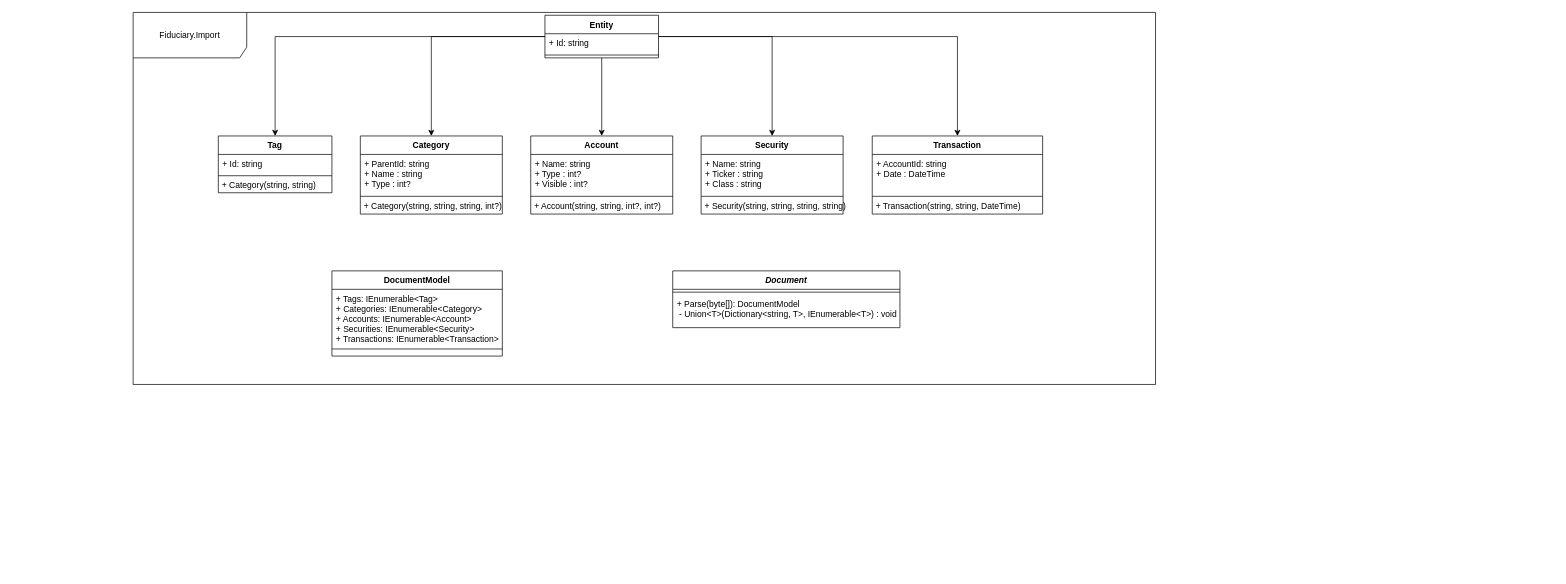
Above: Untitled Diagram.drawio in KovalevichArtjom/rovensys (draw.io), before the change. Source tidied: cells renumbered, new cells numbered last; positions are measured from the earlier drawing's top-left corner, leaving out a move shared by most shapes. Both pictures are drawn from the tidied source at 71%, with x=0, y=0 at pixel (133, 12).
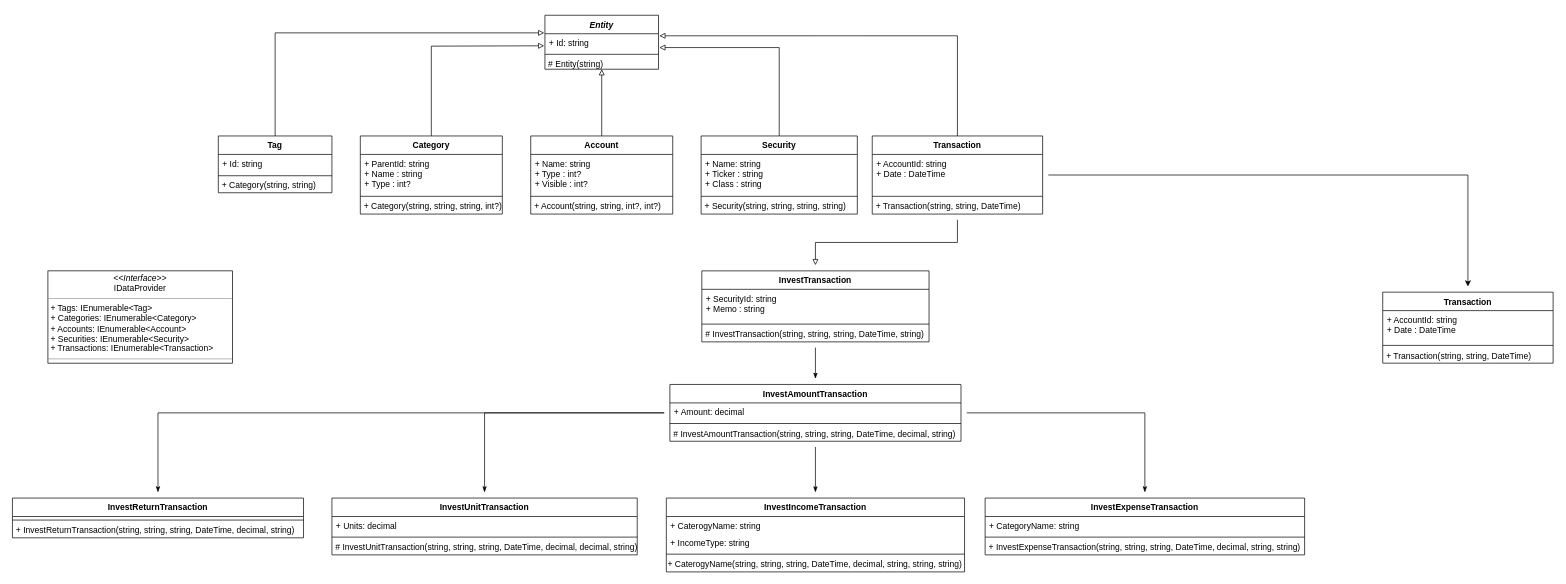
The same page after the edit.

The change refers to these unchanged cells:
```xml
<mxCell id="10" value="Tag" style="swimlane;fontStyle=1;align=center;verticalAlign=top;horizontal=1;startSize=26;" parent="1" vertex="1">
  <mxGeometry x="120" y="174" width="160" height="80" as="geometry" />
</mxCell>
<mxCell id="14" value="Category" style="swimlane;fontStyle=1;align=center;verticalAlign=top;horizontal=1;startSize=26;" parent="1" vertex="1">
  <mxGeometry x="320" y="174" width="200" height="110" as="geometry" />
</mxCell>
<mxCell id="18" value="Account" style="swimlane;fontStyle=1;align=center;verticalAlign=top;horizontal=1;startSize=26;" parent="1" vertex="1">
  <mxGeometry x="560" y="174" width="200" height="110" as="geometry" />
</mxCell>
<mxCell id="26" value="Transaction" style="swimlane;fontStyle=1;align=center;verticalAlign=top;horizontal=1;startSize=26;" parent="1" vertex="1">
  <mxGeometry x="1041" y="174" width="240" height="110" as="geometry" />
</mxCell>
```

The edit, as a diff of the source:
```diff
@@
-    <mxCell id="2" style="edgeStyle=orthogonalEdgeStyle;rounded=0;jettySize=auto;html=1;" parent="1" edge="1" source="7" target="10">
+    <mxCell id="2" style="edgeStyle=orthogonalEdgeStyle;rounded=0;jettySize=auto;html=1;endArrow=none;endFill=0;startArrow=block;startFill=0;exitX=-0.006;exitY=-0.05;exitDx=0;exitDy=0;exitPerimeter=0;" parent="1" edge="1" source="8" target="10">
       <mxGeometry relative="1" as="geometry" />
     </mxCell>
-    <mxCell id="3" style="edgeStyle=orthogonalEdgeStyle;rounded=0;jettySize=auto;html=1;" parent="1" edge="1" source="7" target="14">
-      <mxGeometry relative="1" as="geometry" />
+    <mxCell id="3" style="edgeStyle=orthogonalEdgeStyle;rounded=0;jettySize=auto;html=1;endArrow=none;endFill=0;startArrow=block;startFill=0;" parent="1" edge="1" target="14">
+      <mxGeometry relative="1" as="geometry">
+        <mxPoint x="579" y="47" as="sourcePoint" />
+      </mxGeometry>
     </mxCell>
-    <mxCell id="4" style="edgeStyle=orthogonalEdgeStyle;rounded=0;jettySize=auto;html=1;entryX=0.5;entryY=0;entryDx=0;entryDy=0;" parent="1" edge="1" source="7" target="18">
+    <mxCell id="4" style="edgeStyle=orthogonalEdgeStyle;rounded=0;jettySize=auto;html=1;entryX=0.5;entryY=0;entryDx=0;entryDy=0;endArrow=none;endFill=0;startArrow=block;startFill=0;" parent="1" edge="1" source="7" target="18">
       <mxGeometry relative="1" as="geometry" />
     </mxCell>
-    <mxCell id="5" style="edgeStyle=orthogonalEdgeStyle;rounded=0;jettySize=auto;html=1;entryX=0.5;entryY=0;entryDx=0;entryDy=0;" parent="1" edge="1" source="7" target="22">
+    <mxCell id="5" style="edgeStyle=orthogonalEdgeStyle;rounded=0;jettySize=auto;html=1;entryX=0.5;entryY=0;entryDx=0;entryDy=0;exitX=1.007;exitY=0.812;exitDx=0;exitDy=0;exitPerimeter=0;endArrow=none;endFill=0;startArrow=block;startFill=0;" parent="1" edge="1" source="8" target="22">
       <mxGeometry relative="1" as="geometry" />
     </mxCell>
-    <mxCell id="6" style="edgeStyle=orthogonalEdgeStyle;rounded=0;jettySize=auto;html=1;entryX=0.5;entryY=0;entryDx=0;entryDy=0;" parent="1" edge="1" source="7" target="26">
+    <mxCell id="6" style="edgeStyle=orthogonalEdgeStyle;rounded=0;jettySize=auto;html=1;entryX=0.5;entryY=0;entryDx=0;entryDy=0;exitX=1.007;exitY=0.122;exitDx=0;exitDy=0;exitPerimeter=0;endArrow=none;endFill=0;startArrow=block;startFill=0;" parent="1" edge="1" source="8" target="26">
       <mxGeometry relative="1" as="geometry" />
     </mxCell>
-    <mxCell id="7" value="Entity" style="swimlane;fontStyle=1;align=center;verticalAlign=top;horizontal=1;startSize=26;" parent="1" vertex="1">
-      <mxGeometry x="580" y="4" width="160" height="60" as="geometry" />
+    <mxCell id="7" value="Entity" style="swimlane;fontStyle=3;align=center;verticalAlign=top;horizontal=1;startSize=26;" parent="1" vertex="1">
+      <mxGeometry x="580" y="4" width="160" height="76" as="geometry" />
     </mxCell>
     <mxCell id="8" value="+ Id: string" style="text;strokeColor=none;fillColor=none;align=left;verticalAlign=top;spacingLeft=4;spacingRight=4;overflow=hidden;points=[[0,0.5],[1,0.5]];portConstraint=eastwest;" parent="7" vertex="1">
-      <mxGeometry y="26" width="160" height="26" as="geometry" />
+      <mxGeometry y="26" width="160" height="24" as="geometry" />
     </mxCell>
     <mxCell id="9" style="line;strokeWidth=1;fillColor=none;align=left;verticalAlign=middle;spacingTop=-1;spacingLeft=3;spacingRight=3;labelPosition=right;" parent="7" vertex="1">
-      <mxGeometry y="52" width="160" height="8" as="geometry" />
+      <mxGeometry y="50" width="160" height="10" as="geometry" />
     </mxCell>
+    <mxCell id="37" value="# Entity(string)" style="text;align=left;fontStyle=0;verticalAlign=middle;spacingLeft=3;spacingRight=3;strokeColor=none;hachureGap=4;" parent="7" vertex="1">
+      <mxGeometry y="60" width="160" height="16" as="geometry" />
+    </mxCell>
@@
     <mxCell id="22" value="Security" style="swimlane;fontStyle=1;align=center;verticalAlign=top;horizontal=1;startSize=26;" parent="1" vertex="1">
-      <mxGeometry x="800" y="174" width="200" height="110" as="geometry" />
+      <mxGeometry x="800" y="174" width="220" height="110" as="geometry" />
     </mxCell>
     <mxCell id="23" value="+ Name: string&#10;+ Ticker : string&#10;+ Class : string" style="text;strokeColor=none;fillColor=none;align=left;verticalAlign=top;spacingLeft=4;spacingRight=4;overflow=hidden;" parent="22" vertex="1">
-      <mxGeometry y="26" width="200" height="54" as="geometry" />
+      <mxGeometry y="26" width="220" height="54" as="geometry" />
     </mxCell>
     <mxCell id="24" style="line;strokeWidth=1;fillColor=none;align=left;verticalAlign=middle;spacingTop=-1;spacingLeft=3;spacingRight=3;labelPosition=right;" parent="22" vertex="1">
-      <mxGeometry y="80" width="200" height="10" as="geometry" />
+      <mxGeometry y="80" width="220" height="10" as="geometry" />
     </mxCell>
     <mxCell id="25" value="&lt;div align=&quot;left&quot;&gt;&amp;nbsp;+ Security(string, string, string, string)&lt;/div&gt;" style="text;html=1;align=left;verticalAlign=middle;strokeColor=none;fillColor=none;" parent="22" vertex="1">
-      <mxGeometry y="90" width="200" height="20" as="geometry" />
+      <mxGeometry y="90" width="220" height="20" as="geometry" />
     </mxCell>
+    <mxCell id="38" style="edgeStyle=orthogonalEdgeStyle;jettySize=auto;html=1;endArrow=block;sourcePerimeterSpacing=8;targetPerimeterSpacing=8;endFill=0;rounded=0;" parent="1" edge="1" source="26" target="42">
+      <mxGeometry relative="1" as="geometry" />
+    </mxCell>
+    <mxCell id="39" style="edgeStyle=orthogonalEdgeStyle;jettySize=auto;html=1;endArrow=classic;sourcePerimeterSpacing=8;targetPerimeterSpacing=8;endFill=1;strokeWidth=1;rounded=0;" parent="1" edge="1" source="26" target="46">
+      <mxGeometry relative="1" as="geometry" />
+    </mxCell>
@@
-    <mxCell id="30" value="&lt;div&gt;Fiduciary.Import&lt;/div&gt;" style="shape=umlFrame;whiteSpace=wrap;html=1;width=160;height=64;" parent="1" vertex="1">
-      <mxGeometry width="1440" height="524" as="geometry" />
-    </mxCell>
-    <mxCell id="31" value="DocumentModel" style="swimlane;fontStyle=1;align=center;verticalAlign=top;horizontal=1;startSize=26;" parent="1" vertex="1">
-      <mxGeometry x="280" y="364" width="240" height="120" as="geometry" />
-    </mxCell>
-    <mxCell id="32" value="+ Tags: IEnumerable&lt;Tag&gt;&#10;+ Categories: IEnumerable&lt;Category&gt;&#10;+ Accounts: IEnumerable&lt;Account&gt;&#10;+ Securities: IEnumerable&lt;Security&gt;&#10;+ Transactions: IEnumerable&lt;Transaction&gt;" style="text;strokeColor=none;fillColor=none;align=left;verticalAlign=top;spacingLeft=4;spacingRight=4;overflow=hidden;" parent="31" vertex="1">
-      <mxGeometry y="26" width="240" height="74" as="geometry" />
-    </mxCell>
-    <mxCell id="33" style="line;strokeWidth=1;fillColor=none;align=left;verticalAlign=middle;spacingTop=-1;spacingLeft=3;spacingRight=3;labelPosition=right;" parent="31" vertex="1">
-      <mxGeometry y="100" width="240" height="20" as="geometry" />
-    </mxCell>
-    <mxCell id="34" value="Document" style="swimlane;fontStyle=3;align=center;verticalAlign=top;horizontal=1;startSize=26;" parent="1" vertex="1">
-      <mxGeometry x="760" y="364" width="320" height="80" as="geometry" />
-    </mxCell>
-    <mxCell id="35" style="line;strokeWidth=1;fillColor=none;align=left;verticalAlign=middle;spacingTop=-1;spacingLeft=3;spacingRight=3;labelPosition=right;" parent="34" vertex="1">
-      <mxGeometry y="26" width="320" height="8" as="geometry" />
-    </mxCell>
-    <mxCell id="36" value="+ Parse(byte[]): DocumentModel&#10; - Union&lt;T&gt;(Dictionary&lt;string, T&gt;, IEnumerable&lt;T&gt;) : void" style="text;strokeColor=none;fillColor=none;align=left;verticalAlign=top;spacingLeft=4;spacingRight=4;overflow=hidden;" parent="34" vertex="1">
-      <mxGeometry y="34" width="320" height="46" as="geometry" />
-    </mxCell>
+    <mxCell id="40" value="&lt;p style=&quot;margin: 0px ; margin-top: 4px ; text-align: center&quot;&gt;&lt;i&gt;&amp;lt;&amp;lt;Interface&amp;gt;&amp;gt;&lt;/i&gt;&lt;br&gt;IDataProvider&lt;/p&gt;&lt;hr size=&quot;1&quot;&gt;&lt;p style=&quot;margin: 0px ; margin-left: 4px&quot;&gt;+ Tags: IEnumerable&amp;lt;Tag&amp;gt;&lt;br&gt;+ Categories: IEnumerable&amp;lt;Category&amp;gt;&lt;br&gt;+ Accounts: IEnumerable&amp;lt;Account&amp;gt;&lt;br&gt;+ Securities: IEnumerable&amp;lt;Security&amp;gt;&lt;br&gt;+ Transactions: IEnumerable&amp;lt;Transaction&amp;gt;&lt;/p&gt;&lt;hr size=&quot;1&quot;&gt;" style="verticalAlign=top;align=left;overflow=fill;fontSize=12;fontFamily=Helvetica;html=1;hachureGap=4;" parent="1" vertex="1">
+      <mxGeometry x="-120" y="364" width="260" height="130" as="geometry" />
+    </mxCell>
+    <mxCell id="41" style="edgeStyle=orthogonalEdgeStyle;rounded=0;jettySize=auto;html=1;endArrow=classicThin;endFill=1;sourcePerimeterSpacing=8;targetPerimeterSpacing=8;strokeWidth=1;" parent="1" edge="1" source="42" target="54">
+      <mxGeometry relative="1" as="geometry" />
+    </mxCell>
+    <mxCell id="42" value="InvestTransaction" style="swimlane;fontStyle=1;align=center;verticalAlign=top;horizontal=1;startSize=26;" parent="1" vertex="1">
+      <mxGeometry x="801" y="364" width="320" height="100" as="geometry" />
+    </mxCell>
+    <mxCell id="43" value="+ SecurityId: string&#10;+ Memo : string" style="text;strokeColor=none;fillColor=none;align=left;verticalAlign=top;spacingLeft=4;spacingRight=4;overflow=hidden;" parent="42" vertex="1">
+      <mxGeometry y="26" width="320" height="44" as="geometry" />
+    </mxCell>
+    <mxCell id="44" style="line;strokeWidth=1;fillColor=none;align=left;verticalAlign=middle;spacingTop=-1;spacingLeft=3;spacingRight=3;labelPosition=right;" parent="42" vertex="1">
+      <mxGeometry y="70" width="320" height="10" as="geometry" />
+    </mxCell>
+    <mxCell id="45" value="&lt;div align=&quot;left&quot;&gt;&amp;nbsp;# InvestTransaction(string, string, string, DateTime, string)&lt;/div&gt;" style="text;html=1;align=left;verticalAlign=middle;strokeColor=none;fillColor=none;" parent="42" vertex="1">
+      <mxGeometry y="80" width="320" height="20" as="geometry" />
+    </mxCell>
+    <mxCell id="46" value="Transaction" style="swimlane;fontStyle=1;align=center;verticalAlign=top;horizontal=1;startSize=26;" parent="1" vertex="1">
+      <mxGeometry x="1760" y="394" width="240" height="100" as="geometry" />
+    </mxCell>
+    <mxCell id="47" value="+ AccountId: string&#10;+ Date : DateTime" style="text;strokeColor=none;fillColor=none;align=left;verticalAlign=top;spacingLeft=4;spacingRight=4;overflow=hidden;" parent="46" vertex="1">
+      <mxGeometry y="26" width="240" height="44" as="geometry" />
+    </mxCell>
+    <mxCell id="48" style="line;strokeWidth=1;fillColor=none;align=left;verticalAlign=middle;spacingTop=-1;spacingLeft=3;spacingRight=3;labelPosition=right;" parent="46" vertex="1">
+      <mxGeometry y="70" width="240" height="10" as="geometry" />
+    </mxCell>
+    <mxCell id="49" value="&lt;div align=&quot;left&quot;&gt;&amp;nbsp;+ Transaction(string, string, DateTime)&lt;/div&gt;" style="text;html=1;align=left;verticalAlign=middle;strokeColor=none;fillColor=none;" parent="46" vertex="1">
+      <mxGeometry y="80" width="240" height="20" as="geometry" />
+    </mxCell>
+    <mxCell id="50" style="edgeStyle=orthogonalEdgeStyle;rounded=0;jettySize=auto;html=1;endArrow=classicThin;endFill=1;sourcePerimeterSpacing=8;targetPerimeterSpacing=8;strokeWidth=1;" parent="1" edge="1" source="54" target="58">
+      <mxGeometry relative="1" as="geometry" />
+    </mxCell>
+    <mxCell id="51" style="edgeStyle=orthogonalEdgeStyle;rounded=0;jettySize=auto;html=1;endArrow=classicThin;endFill=1;sourcePerimeterSpacing=8;targetPerimeterSpacing=8;strokeWidth=1;" parent="1" edge="1" source="54" target="62">
+      <mxGeometry relative="1" as="geometry" />
+    </mxCell>
+    <mxCell id="52" style="edgeStyle=orthogonalEdgeStyle;rounded=0;jettySize=auto;html=1;endArrow=classicThin;endFill=1;sourcePerimeterSpacing=8;targetPerimeterSpacing=8;strokeWidth=1;" parent="1" edge="1" source="54" target="67">
+      <mxGeometry relative="1" as="geometry" />
+    </mxCell>
+    <mxCell id="53" style="edgeStyle=orthogonalEdgeStyle;rounded=0;jettySize=auto;html=1;endArrow=classicThin;endFill=1;sourcePerimeterSpacing=8;targetPerimeterSpacing=8;strokeWidth=1;" parent="1" edge="1" source="54" target="71">
+      <mxGeometry relative="1" as="geometry" />
+    </mxCell>
+    <mxCell id="54" value="InvestAmountTransaction" style="swimlane;fontStyle=1;align=center;verticalAlign=top;horizontal=1;startSize=26;" parent="1" vertex="1">
+      <mxGeometry x="756" y="524" width="410" height="80" as="geometry" />
+    </mxCell>
+    <mxCell id="55" value="+ Amount: decimal" style="text;strokeColor=none;fillColor=none;align=left;verticalAlign=top;spacingLeft=4;spacingRight=4;overflow=hidden;" parent="54" vertex="1">
+      <mxGeometry y="26" width="410" height="24" as="geometry" />
+    </mxCell>
+    <mxCell id="56" style="line;strokeWidth=1;fillColor=none;align=left;verticalAlign=middle;spacingTop=-1;spacingLeft=3;spacingRight=3;labelPosition=right;" parent="54" vertex="1">
+      <mxGeometry y="50" width="410" height="10" as="geometry" />
+    </mxCell>
+    <mxCell id="57" value="&lt;div align=&quot;left&quot;&gt;&amp;nbsp;# InvestAmountTransaction(string, string, string, DateTime, decimal, string)&lt;/div&gt;" style="text;html=1;align=left;verticalAlign=middle;strokeColor=none;fillColor=none;" parent="54" vertex="1">
+      <mxGeometry y="60" width="410" height="20" as="geometry" />
+    </mxCell>
+    <mxCell id="58" value="InvestUnitTransaction" style="swimlane;fontStyle=1;align=center;verticalAlign=top;horizontal=1;startSize=26;" parent="1" vertex="1">
+      <mxGeometry x="280" y="684" width="430" height="80" as="geometry" />
+    </mxCell>
+    <mxCell id="59" value="+ Units: decimal" style="text;strokeColor=none;fillColor=none;align=left;verticalAlign=top;spacingLeft=4;spacingRight=4;overflow=hidden;" parent="58" vertex="1">
+      <mxGeometry y="26" width="430" height="24" as="geometry" />
+    </mxCell>
+    <mxCell id="60" style="line;strokeWidth=1;fillColor=none;align=left;verticalAlign=middle;spacingTop=-1;spacingLeft=3;spacingRight=3;labelPosition=right;" parent="58" vertex="1">
+      <mxGeometry y="50" width="430" height="10" as="geometry" />
+    </mxCell>
+    <mxCell id="61" value="&lt;div align=&quot;left&quot;&gt;&amp;nbsp;# InvestUnitTransaction(string, string, string, DateTime, decimal, decimal, string)&lt;/div&gt;" style="text;html=1;align=left;verticalAlign=middle;strokeColor=none;fillColor=none;" parent="58" vertex="1">
+      <mxGeometry y="60" width="430" height="20" as="geometry" />
+    </mxCell>
+    <mxCell id="62" value="InvestIncomeTransaction" style="swimlane;fontStyle=1;align=center;verticalAlign=top;horizontal=1;startSize=26;" parent="1" vertex="1">
+      <mxGeometry x="751" y="684" width="420" height="104" as="geometry" />
+    </mxCell>
+    <mxCell id="63" value="+ CaterogyName: string" style="text;strokeColor=none;fillColor=none;align=left;verticalAlign=top;spacingLeft=4;spacingRight=4;overflow=hidden;" parent="62" vertex="1">
+      <mxGeometry y="26" width="420" height="24" as="geometry" />
+    </mxCell>
+    <mxCell id="64" value="+ IncomeType: string" style="text;strokeColor=none;fillColor=none;align=left;verticalAlign=top;spacingLeft=4;spacingRight=4;overflow=hidden;" parent="62" vertex="1">
+      <mxGeometry y="50" width="420" height="24" as="geometry" />
+    </mxCell>
+    <mxCell id="65" style="line;strokeWidth=1;fillColor=none;align=left;verticalAlign=middle;spacingTop=-1;spacingLeft=3;spacingRight=3;labelPosition=right;" parent="62" vertex="1">
+      <mxGeometry y="74" width="420" height="10" as="geometry" />
+    </mxCell>
+    <mxCell id="66" value="&lt;div align=&quot;left&quot;&gt;+ CaterogyName(string, string, string, DateTime, decimal, string, string, string)&lt;/div&gt;" style="text;html=1;align=left;verticalAlign=middle;strokeColor=none;fillColor=none;" parent="62" vertex="1">
+      <mxGeometry y="84" width="420" height="20" as="geometry" />
+    </mxCell>
+    <mxCell id="67" value="InvestExpenseTransaction" style="swimlane;fontStyle=1;align=center;verticalAlign=top;horizontal=1;startSize=26;" parent="1" vertex="1">
+      <mxGeometry x="1200" y="684" width="450" height="80" as="geometry" />
+    </mxCell>
+    <mxCell id="68" value="+ CategoryName: string" style="text;strokeColor=none;fillColor=none;align=left;verticalAlign=top;spacingLeft=4;spacingRight=4;overflow=hidden;" parent="67" vertex="1">
+      <mxGeometry y="26" width="450" height="24" as="geometry" />
+    </mxCell>
+    <mxCell id="69" style="line;strokeWidth=1;fillColor=none;align=left;verticalAlign=middle;spacingTop=-1;spacingLeft=3;spacingRight=3;labelPosition=right;" parent="67" vertex="1">
+      <mxGeometry y="50" width="450" height="10" as="geometry" />
+    </mxCell>
+    <mxCell id="70" value="&lt;div align=&quot;left&quot;&gt;&amp;nbsp;+ InvestExpenseTransaction(string, string, string, DateTime, decimal, string, string)&lt;/div&gt;" style="text;html=1;align=left;verticalAlign=middle;strokeColor=none;fillColor=none;" parent="67" vertex="1">
+      <mxGeometry y="60" width="450" height="20" as="geometry" />
+    </mxCell>
+    <mxCell id="71" value="InvestReturnTransaction" style="swimlane;fontStyle=1;align=center;verticalAlign=top;horizontal=1;startSize=26;" parent="1" vertex="1">
+      <mxGeometry x="-170" y="684" width="410" height="56" as="geometry" />
+    </mxCell>
+    <mxCell id="72" style="line;strokeWidth=1;fillColor=none;align=left;verticalAlign=middle;spacingTop=-1;spacingLeft=3;spacingRight=3;labelPosition=right;" parent="71" vertex="1">
+      <mxGeometry y="26" width="410" height="10" as="geometry" />
+    </mxCell>
+    <mxCell id="73" value="&lt;div align=&quot;left&quot;&gt;&amp;nbsp;+ InvestReturnTransaction(string, string, string, DateTime, decimal, string)&lt;/div&gt;" style="text;html=1;align=left;verticalAlign=middle;strokeColor=none;fillColor=none;" parent="71" vertex="1">
+      <mxGeometry y="36" width="410" height="20" as="geometry" />
+    </mxCell>
```
